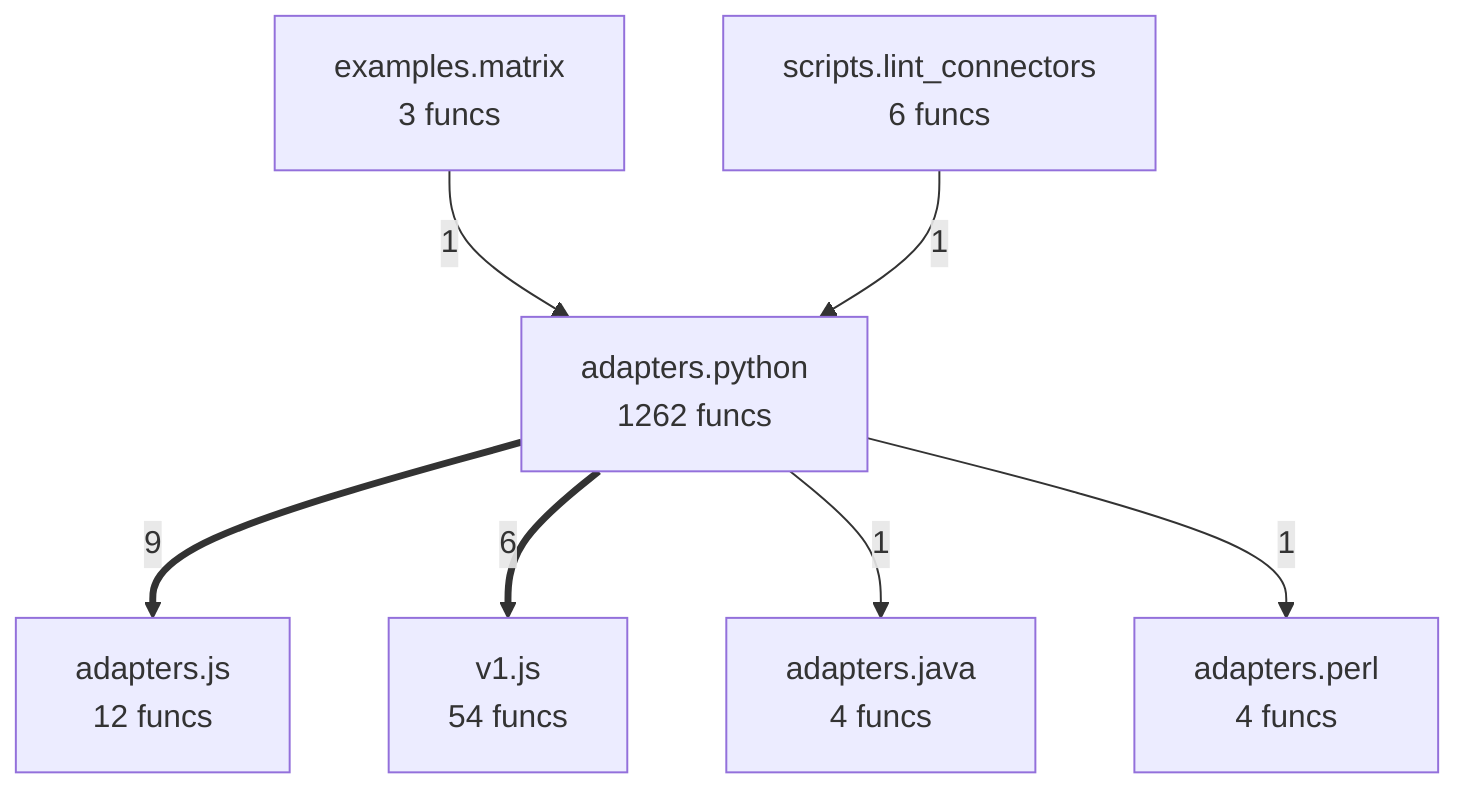
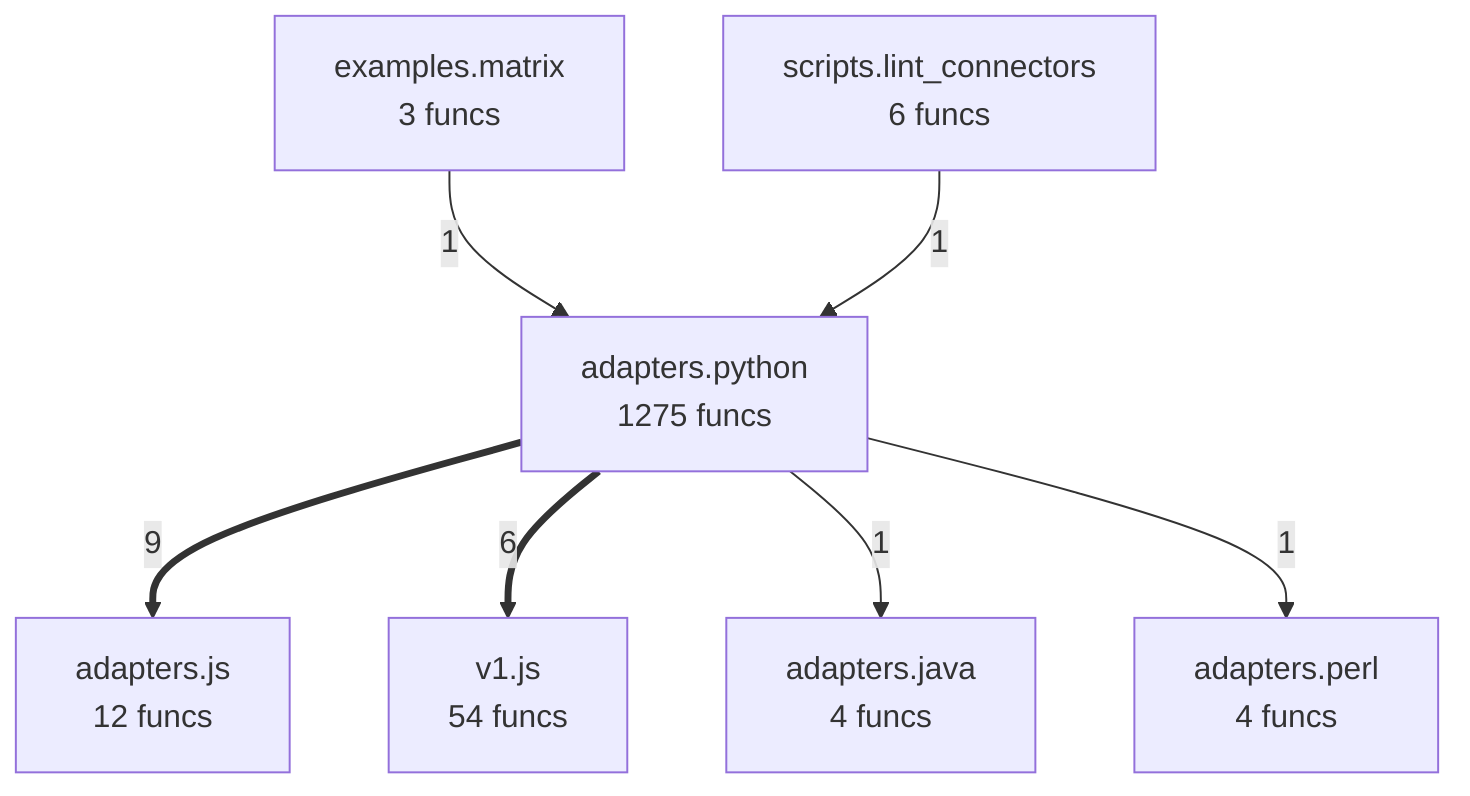
flowchart TD
- %% generated in 0.07s
+ %% generated in 0.06s
    adapters__java["adapters.java<br/>4 funcs"]
    adapters__js["adapters.js<br/>12 funcs"]
    adapters__perl["adapters.perl<br/>4 funcs"]
-     adapters__python["adapters.python<br/>1262 funcs"]
+     adapters__python["adapters.python<br/>1275 funcs"]
    examples__matrix["examples.matrix<br/>3 funcs"]
    scripts__lint_connectors["scripts.lint_connectors<br/>6 funcs"]
    v1__js["v1.js<br/>54 funcs"]
    adapters__python ==>|9| adapters__js
    adapters__python ==>|6| v1__js
    examples__matrix -->|1| adapters__python
    scripts__lint_connectors -->|1| adapters__python
    adapters__python -->|1| adapters__java
    adapters__python -->|1| adapters__perl
